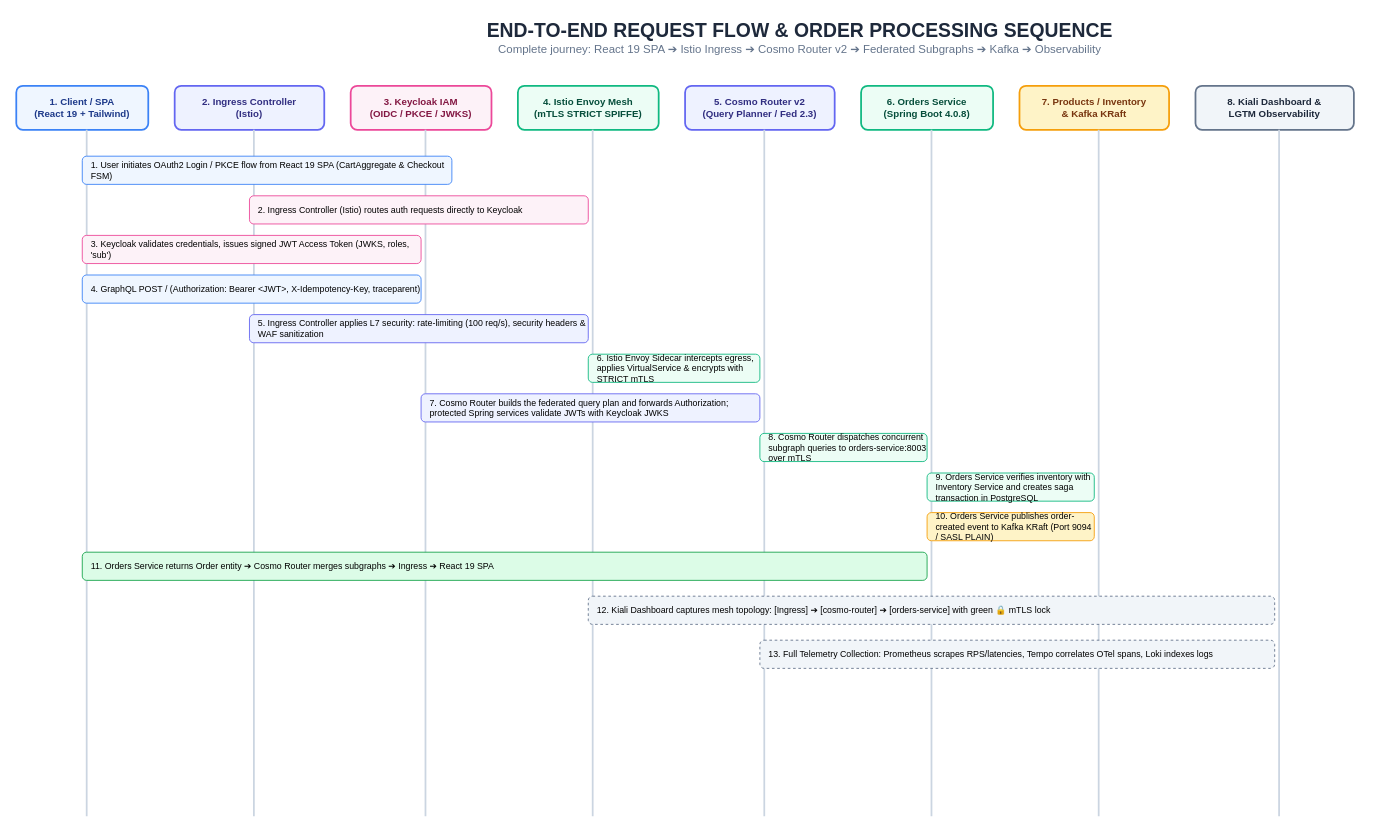
The draw.io diagram page "7. End-to-End Request Flow & Order Processing Sequence" (7 of 13) of docs/Diagrams.drawio in GeorgeGxx/microservices-architecture, before the edit. Source tidied: cells renumbered, new cells numbered last; positions are measured from the earlier drawing's top-left corner, leaving out a move shared by most shapes. Both pictures are drawn from the tidied source at 88%, with x=0, y=0 at pixel (16, 15).
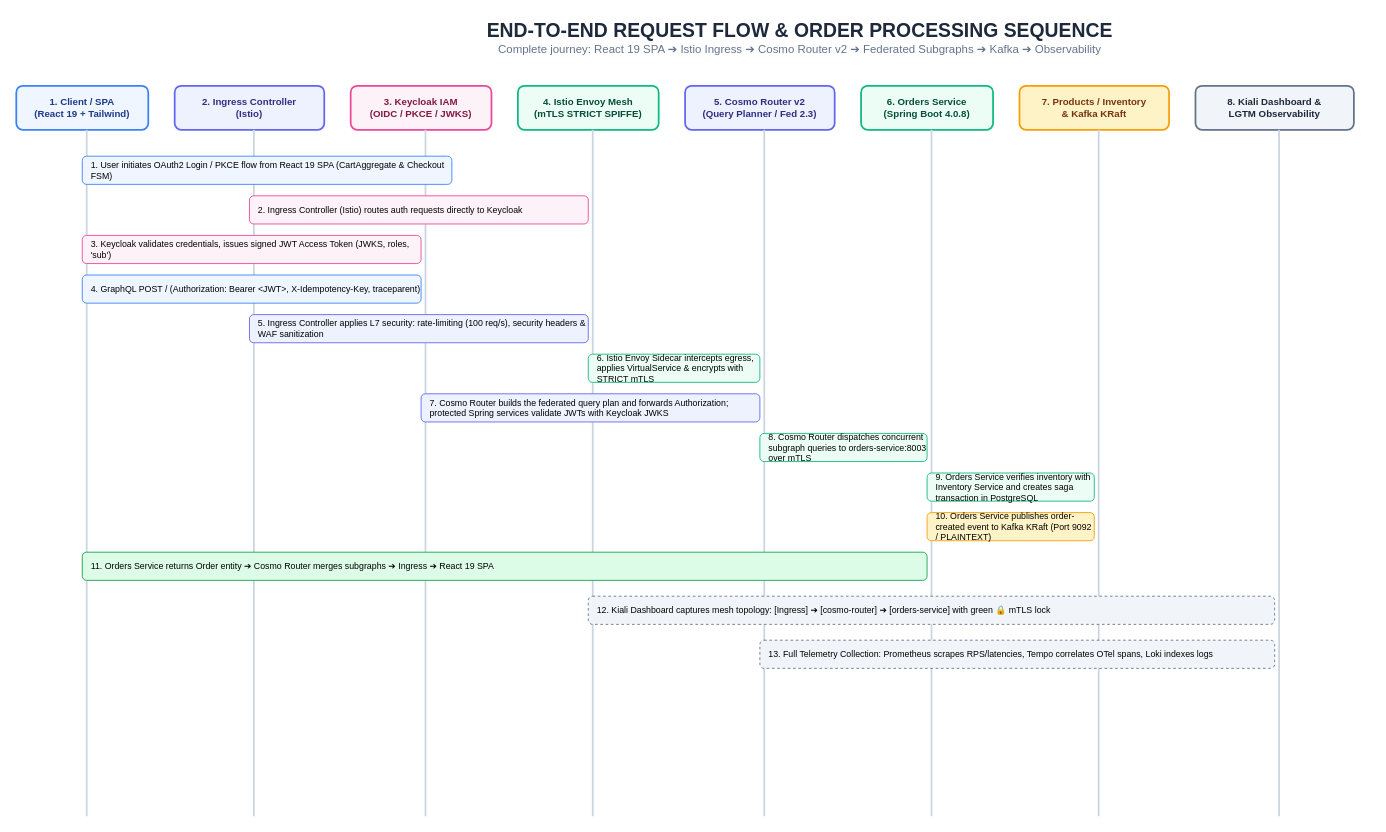
The same diagram, later.

What changed in the source:
```diff
@@
-    <mxCell id="28" value="10. Orders Service publishes order-created event to Kafka KRaft (Port 9094 / SASL PLAIN)" style="rounded=1;whiteSpace=wrap;html=1;fillColor=#FEF3C7;strokeColor=#F59E0B;fontSize=10;align=left;spacingLeft=8;" parent="1" vertex="1">
+    <mxCell id="28" value="10. Orders Service publishes order-created event to Kafka KRaft (Port 9092 / PLAINTEXT)" style="rounded=1;whiteSpace=wrap;html=1;fillColor=#FEF3C7;strokeColor=#F59E0B;fontSize=10;align=left;spacingLeft=8;" parent="1" vertex="1">
       <mxGeometry x="1035" y="565" width="190" height="32" as="geometry" />
     </mxCell>
```
